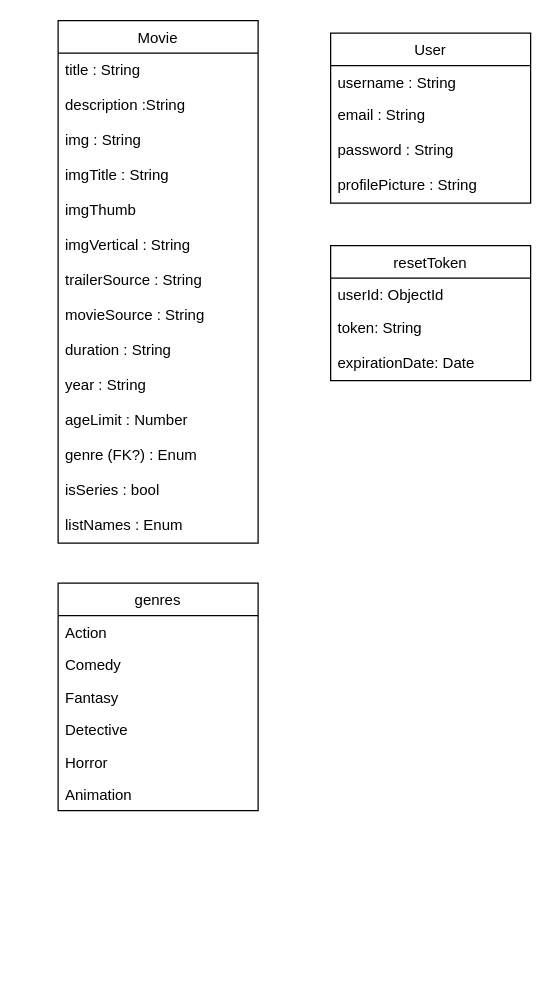
Above: files/models.drawio in NivSolomon/Shahar-Niv_NetflixProject (draw.io), before the change. Source tidied: cells renumbered, new cells numbered last; positions are measured from the earlier drawing's top-left corner, leaving out a move shared by most shapes. Both pictures are drawn from the tidied source at 125%, with x=0, y=0 at pixel (58, 20).
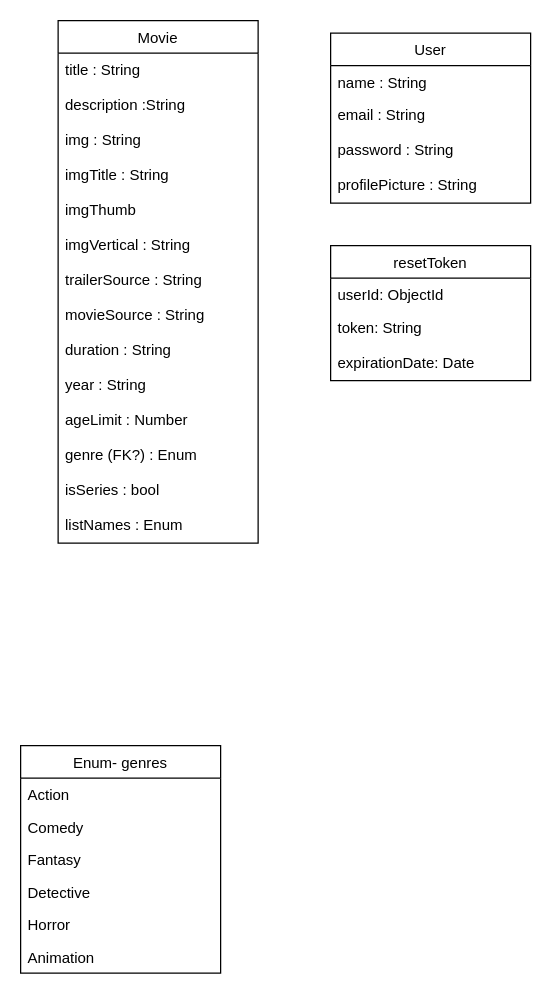
After the change.

Unchanged cells that the change refers to:
```xml
<mxCell id="2" value="User" style="swimlane;fontStyle=0;align=center;verticalAlign=top;horizontal=1;startSize=26;rounded=0;shadow=0;strokeWidth=1;" parent="1" vertex="1">
  <mxGeometry x="218" y="10" width="160" height="136" as="geometry" />
</mxCell>
```

What changed in the source:
```diff
@@
-    <mxCell id="3" value="username : String        " style="text;align=left;verticalAlign=top;spacingLeft=4;spacingRight=4;overflow=hidden;" parent="2" vertex="1">
+    <mxCell id="3" value="name : String        " style="text;align=left;verticalAlign=top;spacingLeft=4;spacingRight=4;overflow=hidden;" parent="2" vertex="1">
       <mxGeometry y="26" width="160" height="26" as="geometry" />
     </mxCell>
@@
-    <mxCell id="22" value="genres" style="swimlane;fontStyle=0;align=center;verticalAlign=top;horizontal=1;startSize=26;rounded=0;shadow=0;strokeWidth=1;" parent="1" vertex="1">
-      <mxGeometry y="450" width="160" height="182" as="geometry" />
+    <mxCell id="22" value="Enum- genres" style="swimlane;fontStyle=0;align=center;verticalAlign=top;horizontal=1;startSize=26;rounded=0;shadow=0;strokeWidth=1;" parent="1" vertex="1">
+      <mxGeometry x="-30" y="580" width="160" height="182" as="geometry" />
     </mxCell>
```
